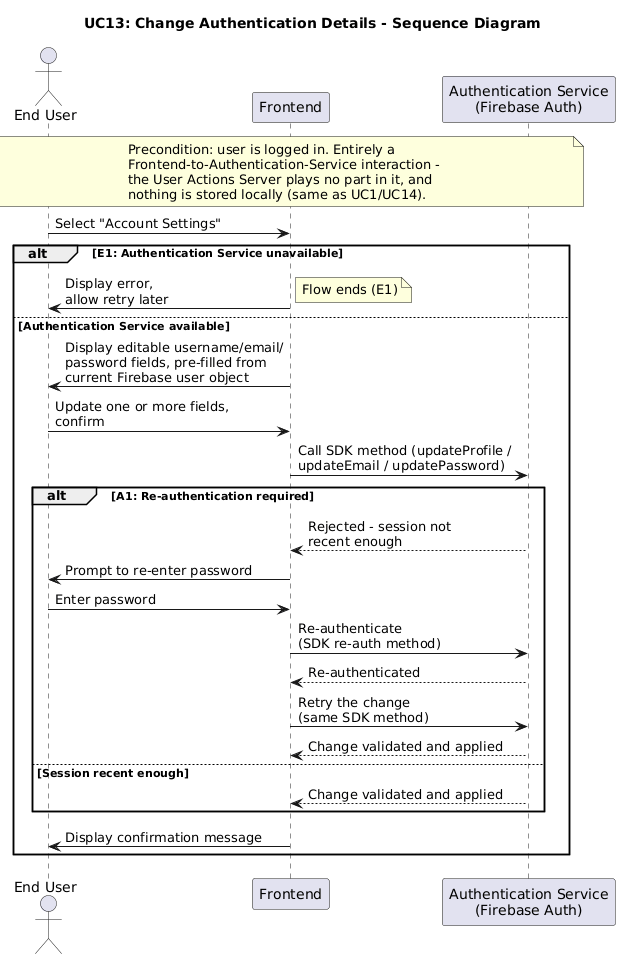
Before: requirements/sequence_diagrams/UC13_Change_Authentication_Details.png, a diagram exported from PlantUML (ManosMorf97/Weather-Forecasts-AI-Remastered). Source of this version:
```plantuml
@startuml
title UC13: Change Authentication Details - Sequence Diagram

actor "End User" as User
participant "Frontend" as Frontend
participant "Authentication Service\n(Firebase Auth)" as Auth

note over User, Auth
  Precondition: user is logged in. Entirely a
  Frontend-to-Authentication-Service interaction -
  the User Actions Server plays no part in it, and
  nothing is stored locally (same as UC1/UC14).
end note

User -> Frontend: Select "Account Settings"

alt E1: Authentication Service unavailable
  Frontend -> User: Display error,\nallow retry later
  note right: Flow ends (E1)
else Authentication Service available
  Frontend -> User: Display editable username/email/\npassword fields, pre-filled from\ncurrent Firebase user object
  User -> Frontend: Update one or more fields,\nconfirm

  Frontend -> Auth: Call SDK method (updateProfile /\nupdateEmail / updatePassword)

  alt A1: Re-authentication required
    Auth --> Frontend: Rejected - session not\nrecent enough
    Frontend -> User: Prompt to re-enter password
    User -> Frontend: Enter password
    Frontend -> Auth: Re-authenticate\n(SDK re-auth method)
    Auth --> Frontend: Re-authenticated
    Frontend -> Auth: Retry the change\n(same SDK method)
    Auth --> Frontend: Change validated and applied
  else Session recent enough
    Auth --> Frontend: Change validated and applied
  end

  Frontend -> User: Display confirmation message
end
@enduml
```
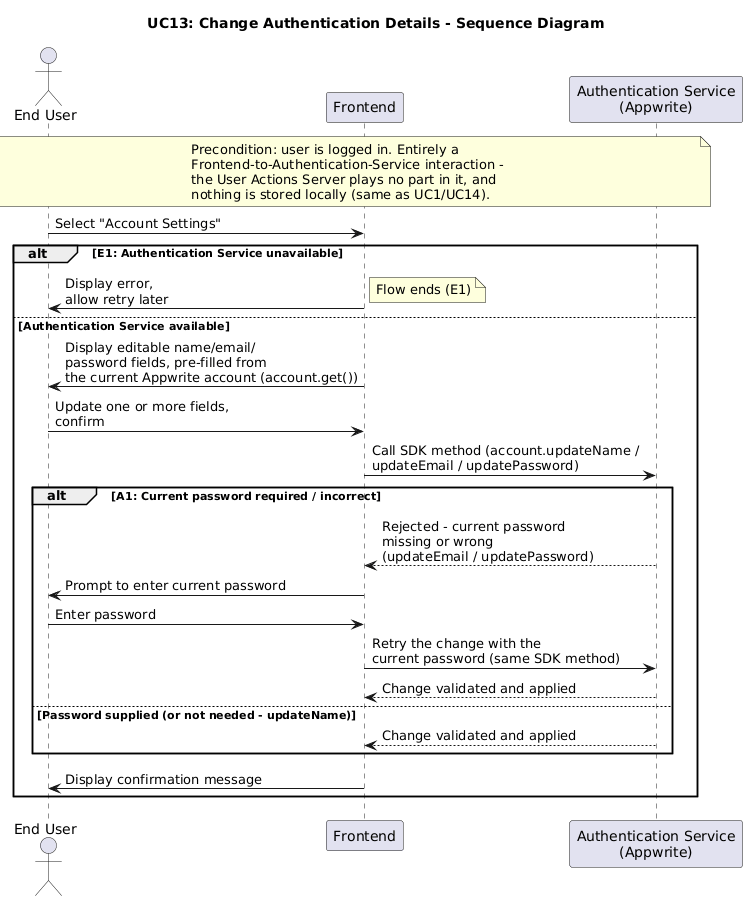
Later version of the same file.

What changed in the source:
```diff
@@ -3,7 +3,7 @@
 
 actor "End User" as User
 participant "Frontend" as Frontend
-participant "Authentication Service\n(Firebase Auth)" as Auth
+participant "Authentication Service\n(Appwrite)" as Auth
 
 note over User, Auth
   Precondition: user is logged in. Entirely a
@@ -18,20 +18,18 @@
   Frontend -> User: Display error,\nallow retry later
   note right: Flow ends (E1)
 else Authentication Service available
-  Frontend -> User: Display editable username/email/\npassword fields, pre-filled from\ncurrent Firebase user object
+  Frontend -> User: Display editable name/email/\npassword fields, pre-filled from\nthe current Appwrite account (account.get())
   User -> Frontend: Update one or more fields,\nconfirm
 
-  Frontend -> Auth: Call SDK method (updateProfile /\nupdateEmail / updatePassword)
+  Frontend -> Auth: Call SDK method (account.updateName /\nupdateEmail / updatePassword)
 
-  alt A1: Re-authentication required
-    Auth --> Frontend: Rejected - session not\nrecent enough
-    Frontend -> User: Prompt to re-enter password
+  alt A1: Current password required / incorrect
+    Auth --> Frontend: Rejected - current password\nmissing or wrong\n(updateEmail / updatePassword)
+    Frontend -> User: Prompt to enter current password
     User -> Frontend: Enter password
-    Frontend -> Auth: Re-authenticate\n(SDK re-auth method)
-    Auth --> Frontend: Re-authenticated
-    Frontend -> Auth: Retry the change\n(same SDK method)
+    Frontend -> Auth: Retry the change with the\ncurrent password (same SDK method)
     Auth --> Frontend: Change validated and applied
-  else Session recent enough
+  else Password supplied (or not needed - updateName)
     Auth --> Frontend: Change validated and applied
   end
 
```
